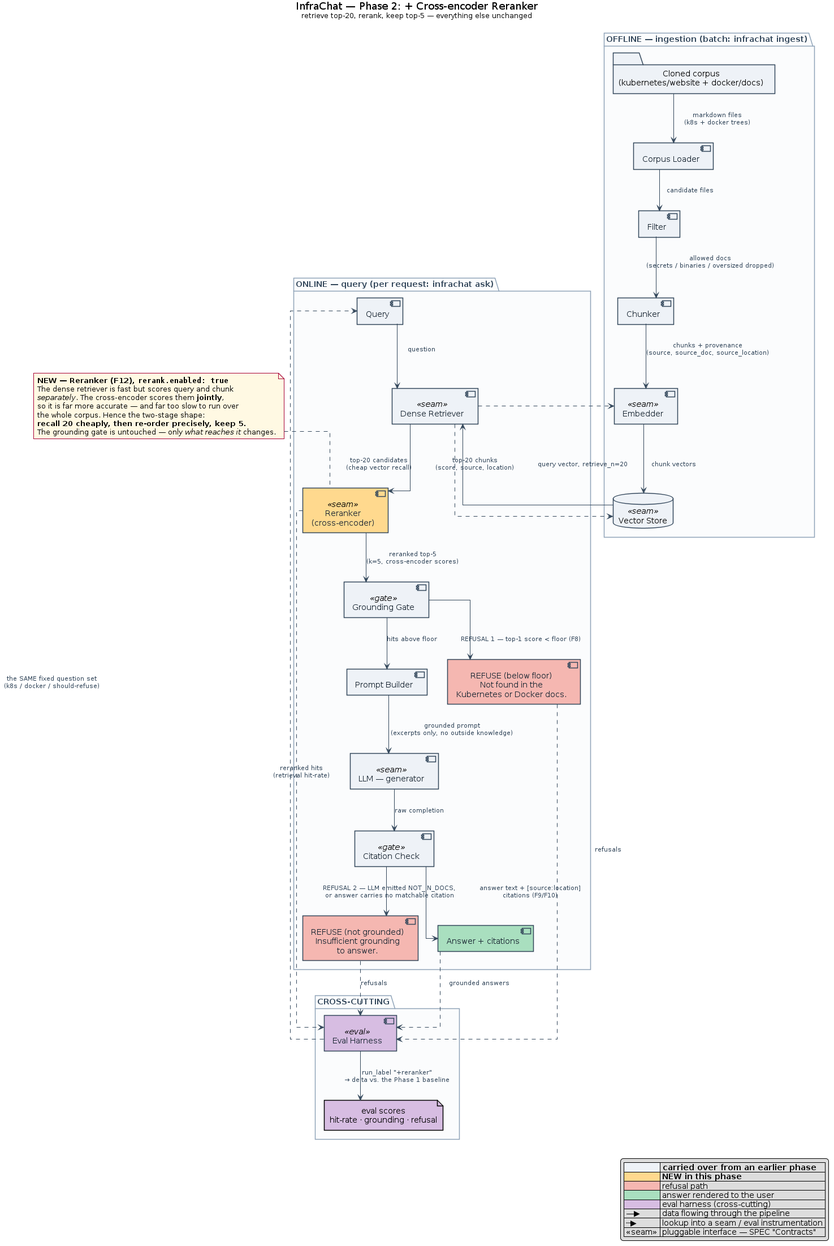
Earlier version of the PlantUML export docs/images/phase2-reranker.png (adssib/InfraChat). Its source is kept beside it as docs/diagrams/phase2-reranker.puml.
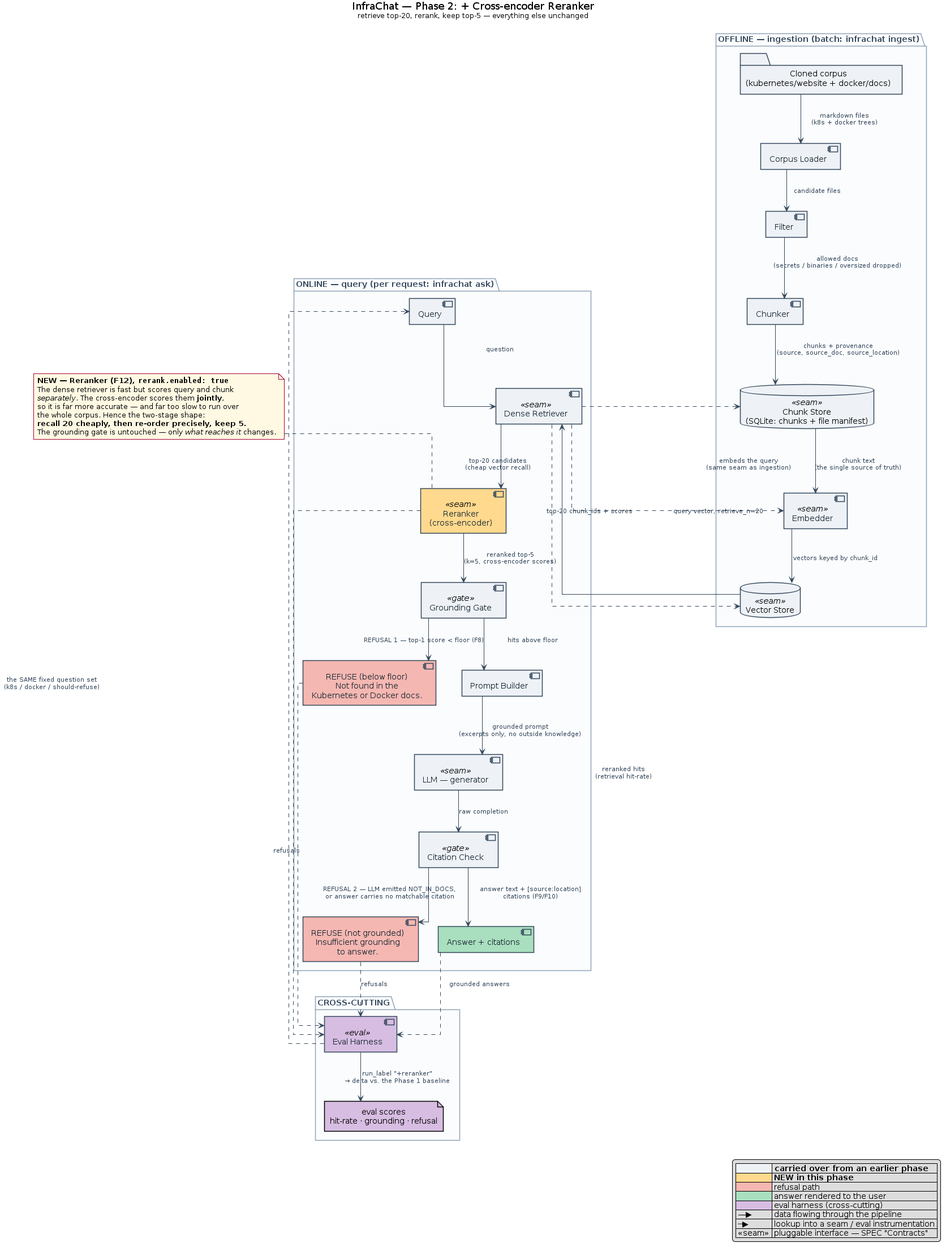
The same diagram one commit later.

Change to the diagram source:
```diff
@@ -34,6 +34,7 @@
   component "Corpus Loader" as Loader
   component "Filter" as Filter
   component "Chunker" as Chunker
+  database  "Chunk Store\n(SQLite: chunks + file manifest)" as ChunkStore <<seam>>
   component "Embedder" as Embedder <<seam>>
   database  "Vector Store" as VectorStore <<seam>>
 }
@@ -59,13 +60,15 @@
 Corpus      --> Loader      : markdown files\n(k8s + docker trees)
 Loader      --> Filter      : candidate files
 Filter      --> Chunker     : allowed docs\n(secrets / binaries / oversized dropped)
-Chunker     --> Embedder    : chunks + provenance\n(source, source_doc, source_location)
-Embedder    --> VectorStore : chunk vectors
+Chunker     --> ChunkStore  : chunks + provenance\n(source, source_doc, source_location)
+ChunkStore  --> Embedder    : chunk text\n(the single source of truth)
+Embedder    --> VectorStore : vectors keyed by chunk_id
 
 Query       --> Retriever   : question
 Retriever   ..> Embedder    : embeds the query\n(same seam as ingestion)
 Retriever   ..> VectorStore : query vector, retrieve_n=20
-VectorStore --> Retriever   : top-20 chunks\n(score, source, location)
+Retriever   ..> ChunkStore  : hydrate chunk_ids\n→ text + provenance
+VectorStore --> Retriever   : top-20 chunk_ids + scores
 Retriever   --> Reranker    : top-20 candidates\n(cheap vector recall)
 Reranker    --> Gate        : reranked top-5\n(k=5, cross-encoder scores)
 Gate        --> RefuseFloor : REFUSAL 1 — top-1 score < floor (F8)
```
